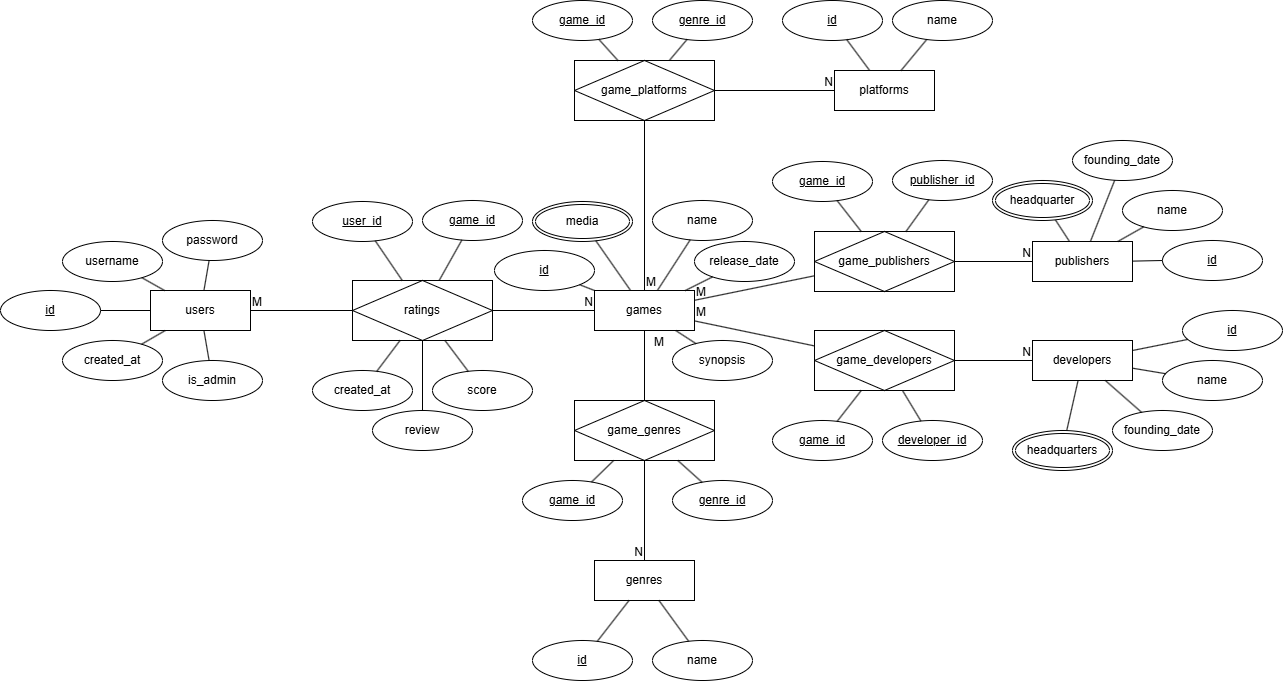
Before: docs/Entity Relationship Diagram.png, a diagram exported from draw.io (billdansr/sweet-potato). Source tidied: cells renumbered, new cells last; positions are measured from the earlier drawing's top-left corner, leaving out a move shared by most shapes.
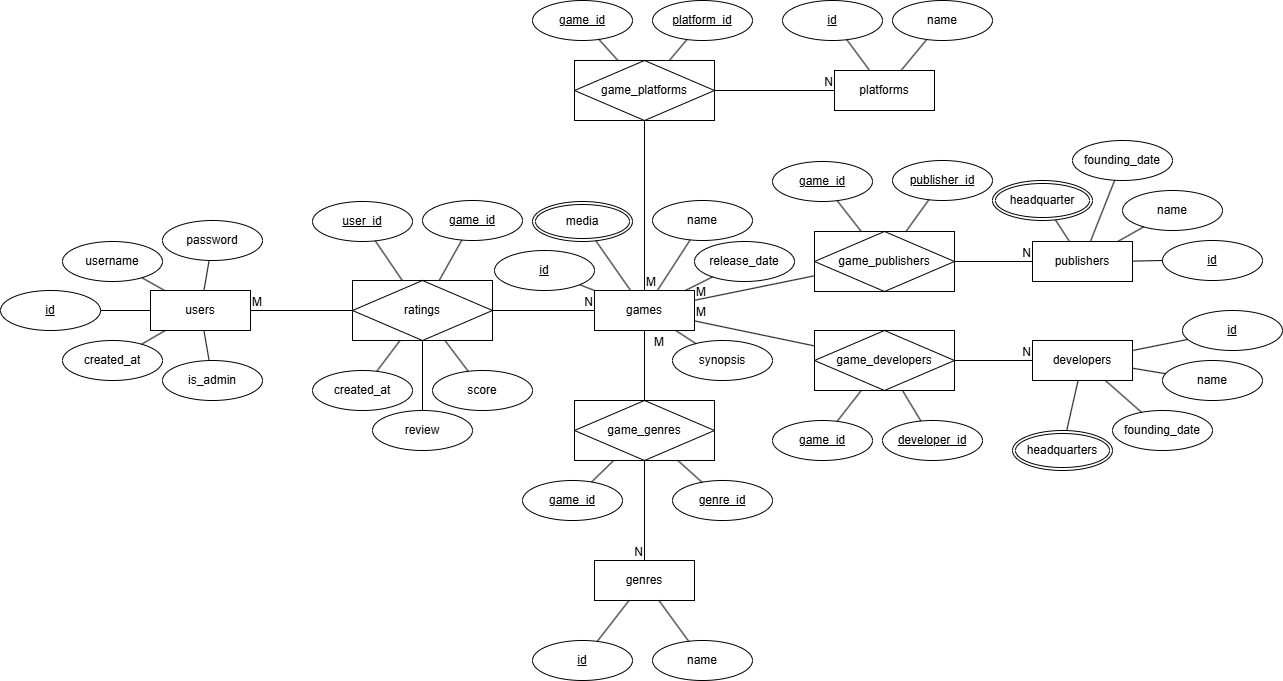
After the change.

Diff of the diagram source:
```diff
@@ -313,7 +313,7 @@
     <mxCell id="103" value="game_id" style="ellipse;whiteSpace=wrap;html=1;align=center;fontStyle=4;" parent="1" vertex="1">
       <mxGeometry x="532" width="100" height="40" as="geometry" />
     </mxCell>
-    <mxCell id="104" value="genre_id" style="ellipse;whiteSpace=wrap;html=1;align=center;fontStyle=4;" parent="1" vertex="1">
+    <mxCell id="104" value="platform_id" style="ellipse;whiteSpace=wrap;html=1;align=center;fontStyle=4;" parent="1" vertex="1">
       <mxGeometry x="652" width="100" height="40" as="geometry" />
     </mxCell>
     <mxCell id="105" style="endArrow=none;html=1;rounded=0;" parent="1" edge="1" source="104" target="92">
```
